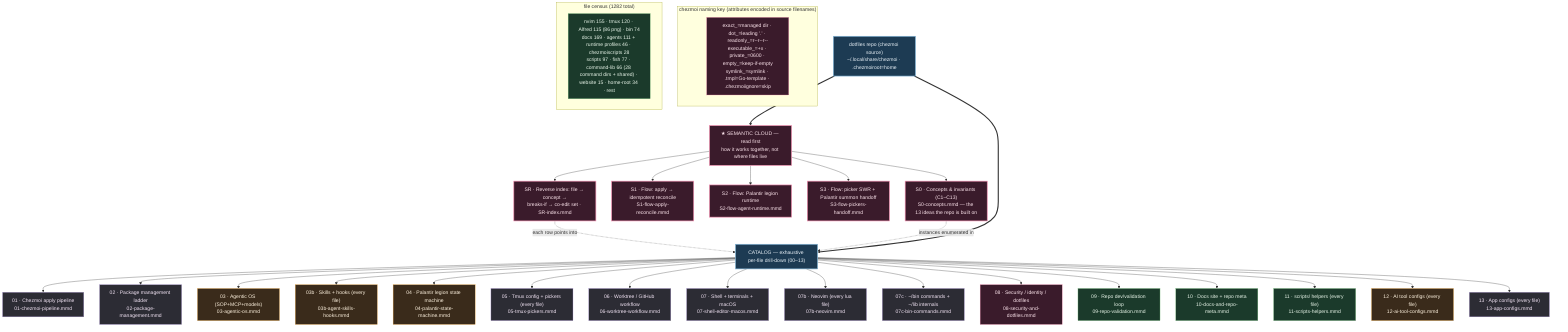
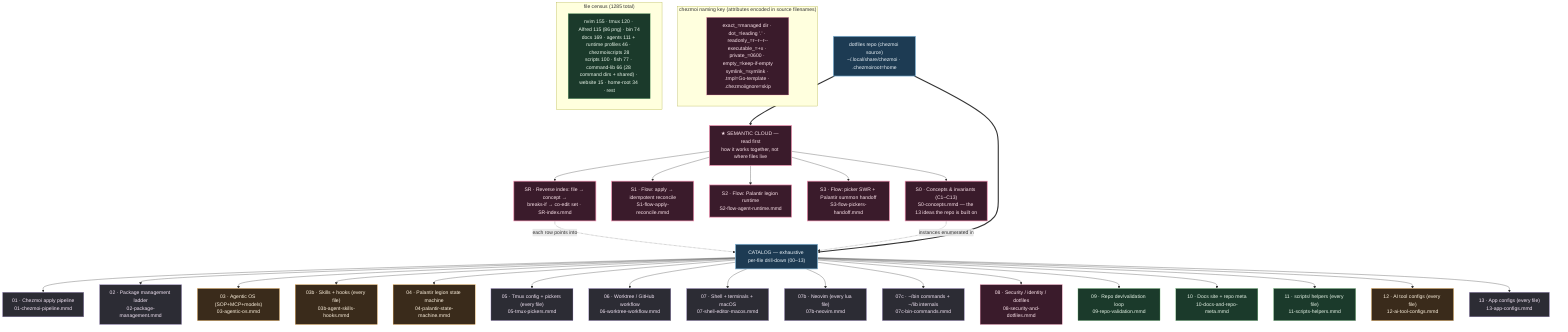
%% ============================================================================
%% 00-overview.mmd — Master navigation map for kapral18/dotfiles
%% TWO LAYERS:
%%   SEMANTIC CLOUD (read first) — how the system THINKS: concepts+invariants
%%     (S0), cross-cutting flows (S1/S2/S3), and a reverse index (SR) that maps
%%     any file to its concept, blast radius, and co-edit set.
%%   CATALOG (drill-down) — how the system is LAID OUT: 00-13 enumerate every
- %%     one of the 1282 files in the effective git file set by exact chezmoi source path.
+ %%     one of the 1285 files in the effective git file set by exact chezmoi source path.
%% `home/` is chezmoi source deployed to $HOME; scripts/tools/website/docs are
%% repo-side (NOT deployed). Each node → a deeper .mmd.
%% ============================================================================
graph TD
    classDef entry fill:#1d3b53,stroke:#7fb3d5,color:#eaf2f8,stroke-width:2px;
    classDef sys fill:#2c2c34,stroke:#b39ddb,color:#f3e5f5;
    classDef ai fill:#3a2b1b,stroke:#ffb74d,color:#fff3e0;
    classDef repo fill:#1b3a2b,stroke:#81c784,color:#e8f5e9;
    classDef data fill:#3a1b2b,stroke:#f48fb1,color:#fce4ec;
    classDef sem fill:#3a1b2b,stroke:#f48fb1,color:#fce4ec,stroke-width:2px;

    ROOT["dotfiles repo (chezmoi source)<br/>~/.local/share/chezmoi · .chezmoiroot=home"]:::entry

    %% ---- SEMANTIC LAYER (read before the catalog) --------------------------
    ROOT ==> SEMHEAD["★ SEMANTIC CLOUD — read first<br/>how it works together, not where files live"]:::sem
    SEMHEAD --> S0["S0 · Concepts & invariants (C1–C13)<br/>S0-concepts.mmd — the 13 ideas the repo is built on"]:::sem
    SEMHEAD --> S1["S1 · Flow: apply → idempotent reconcile<br/>S1-flow-apply-reconcile.mmd"]:::sem
    SEMHEAD --> S2["S2 · Flow: Palantir legion runtime<br/>S2-flow-agent-runtime.mmd"]:::sem
    SEMHEAD --> S3["S3 · Flow: picker SWR + Palantir summon handoff<br/>S3-flow-pickers-handoff.mmd"]:::sem
    SEMHEAD --> SR["SR · Reverse index: file → concept →<br/>breaks-if → co-edit set · SR-index.mmd"]:::sem
    SR -. "each row points into" .-> CATHEAD
    S0 -. "instances enumerated in" .-> CATHEAD

    %% ---- CATALOG LAYER (exhaustive per-file drill-down) --------------------
    ROOT ==> CATHEAD["CATALOG — exhaustive per-file drill-down (00–13)"]:::entry

    CATHEAD --> CZ["01 · Chezmoi apply pipeline<br/>01-chezmoi-pipeline.mmd"]:::sys
    CATHEAD --> PKG["02 · Package management ladder<br/>02-package-management.mmd"]:::sys
    CATHEAD --> AIOS["03 · Agentic OS (SOP+MCP+models)<br/>03-agentic-os.mmd"]:::ai
    CATHEAD --> SKILLS["03b · Skills + hooks (every file)<br/>03b-agent-skills-hooks.mmd"]:::ai
    CATHEAD --> PAL["04 · Palantir legion state machine<br/>04-palantir-state-machine.mmd"]:::ai
    CATHEAD --> TMUX["05 · Tmux config + pickers (every file)<br/>05-tmux-pickers.mmd"]:::sys
    CATHEAD --> WT["06 · Worktree / GitHub workflow<br/>06-worktree-workflow.mmd"]:::sys
    CATHEAD --> SEM["07 · Shell + terminals + macOS<br/>07-shell-editor-macos.mmd"]:::sys
    CATHEAD --> NVIM["07b · Neovim (every lua file)<br/>07b-neovim.mmd"]:::sys
    CATHEAD --> BIN["07c · ~/bin commands + ~/lib internals<br/>07c-bin-commands.mmd"]:::sys
    CATHEAD --> SEC["08 · Security / identity / dotfiles<br/>08-security-and-dotfiles.mmd"]:::data
    CATHEAD --> VAL["09 · Repo dev/validation loop<br/>09-repo-validation.mmd"]:::repo
    CATHEAD --> DOCS["10 · Docs site + repo meta<br/>10-docs-and-repo-meta.mmd"]:::repo
    CATHEAD --> SCRIPTS["11 · scripts/ helpers (every file)<br/>11-scripts-helpers.mmd"]:::repo
    CATHEAD --> AICFG["12 · AI tool configs (every file)<br/>12-ai-tool-configs.mmd"]:::ai
    CATHEAD --> APPS["13 · App configs (every file)<br/>13-app-configs.mmd"]:::sys

    subgraph KEY["chezmoi naming key (attributes encoded in source filenames)"]
        K1["exact_=managed dir · dot_=leading '.' · readonly_=r--r--r--<br/>executable_=+x · private_=0600 · empty_=keep-if-empty<br/>symlink_=symlink · .tmpl=Go-template · .chezmoiignore=skip"]:::data
    end

-     subgraph COUNTS["file census (1282 total)"]
-         C1["nvim 155 · tmux 120 · Alfred 115 (86 png) · bin 74<br/>docs 169 · agents 111 + runtime profiles 46 · chezmoiscripts 28<br/>scripts 97 · fish 77 · command-lib 66 (28 command dirs + shared) · website 15 · home-root 34 · rest"]:::repo
+     subgraph COUNTS["file census (1285 total)"]
+         C1["nvim 155 · tmux 120 · Alfred 115 (86 png) · bin 74<br/>docs 169 · agents 111 + runtime profiles 46 · chezmoiscripts 28<br/>scripts 100 · fish 77 · command-lib 66 (28 command dirs + shared) · website 15 · home-root 34 · rest"]:::repo
    end
